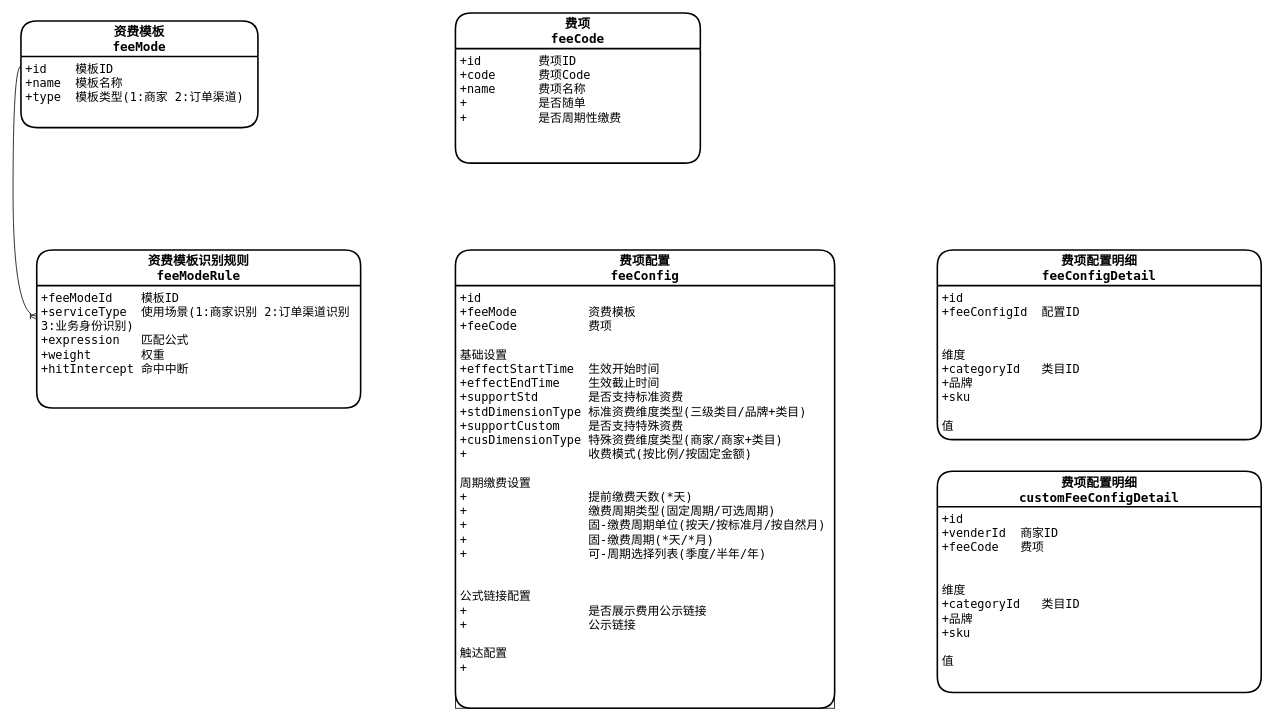
Above: 缴费平台ER图.drawio in RubberBoy/some (draw.io), before the change. Source tidied: cells renumbered, new cells numbered last; positions are measured from the earlier drawing's top-left corner, leaving out a move shared by most shapes. Both pictures are drawn from the tidied source at 79%, with x=0, y=0 at pixel (21, 13).
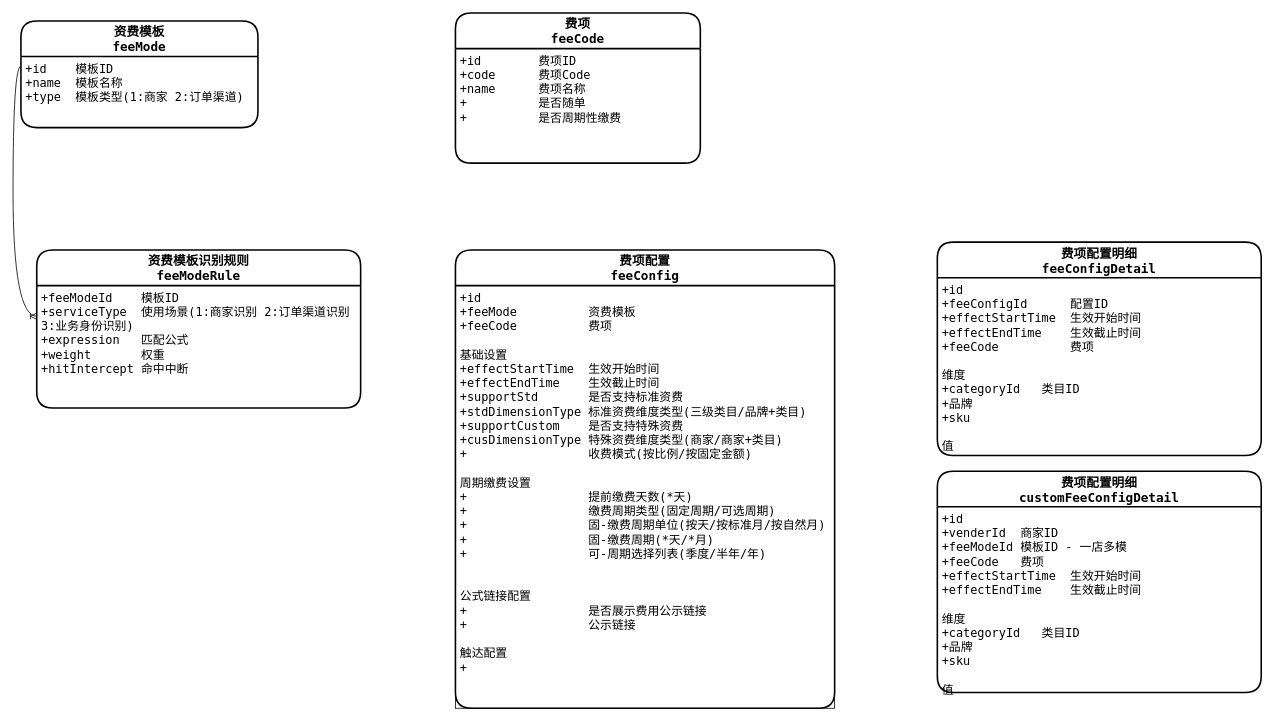
After the change.

Commit message:
更新缴费平台ER图.drawio

Diff of the diagram source:
```diff
@@
 <mxGraphModel>
   <root>
     <mxCell id="0" />
     <mxCell id="1" parent="0" />
     <mxCell id="2" value="资费模板&#10;feeMode" style="swimlane;horizontal=1;startSize=45;rounded=1;fontSize=16;fontStyle=1;strokeWidth=2;shadow=0;dashed=0;align=center;fontFamily=Menlo;" parent="1" vertex="1">
       <mxGeometry y="10" width="300" height="135" as="geometry" />
     </mxCell>
     <mxCell id="3" value="+id    模板ID&#10;+name  模板名称&#10;+type  模板类型(1:商家 2:订单渠道)" style="align=left;strokeColor=none;fillColor=none;spacingLeft=4;fontSize=15;verticalAlign=top;fontFamily=Menlo;" parent="2" vertex="1">
       <mxGeometry y="45" width="300" height="90" as="geometry" />
     </mxCell>
     <mxCell id="4" value="资费模板识别规则&#10;feeModeRule" style="swimlane;horizontal=1;startSize=45;rounded=1;fontSize=16;fontStyle=1;strokeWidth=2;shadow=0;dashed=0;align=center;fontFamily=Menlo;" parent="1" vertex="1">
       <mxGeometry x="20" y="300" width="410" height="200" as="geometry" />
     </mxCell>
     <mxCell id="5" value="+feeModeId    模板ID&#10;+serviceType  使用场景(1:商家识别 2:订单渠道识别 &#10;3:业务身份识别)&#10;+expression   匹配公式&#10;+weight       权重&#10;+hitIntercept 命中中断" style="align=left;strokeColor=none;fillColor=none;spacingLeft=4;fontSize=15;verticalAlign=top;fontFamily=Menlo;" parent="4" vertex="1">
       <mxGeometry y="45" width="410" height="155" as="geometry" />
     </mxCell>
     <mxCell id="6" style="edgeStyle=orthogonalEdgeStyle;fontSize=12;html=1;endArrow=ERoneToMany;rounded=0;fontFamily=Menlo;exitX=0;exitY=0.136;exitDx=0;exitDy=0;exitPerimeter=0;entryX=0;entryY=0.25;entryDx=0;entryDy=0;curved=1;" parent="1" edge="1" source="3" target="5">
       <mxGeometry relative="1" as="geometry" />
     </mxCell>
     <mxCell id="7" value="费项配置&#10;feeConfig" style="swimlane;horizontal=1;startSize=45;rounded=1;fontSize=16;fontStyle=1;strokeWidth=2;shadow=0;dashed=0;align=center;fontFamily=Menlo;strokeColor=#000000;" parent="1" vertex="1">
       <mxGeometry x="550" y="300" width="480" height="580" as="geometry" />
     </mxCell>
     <mxCell id="8" value="+id&#10;+feeMode          资费模板&#10;+feeCode          费项&#10;&#10;基础设置&#10;+effectStartTime  生效开始时间&#10;+effectEndTime    生效截止时间&#10;+supportStd       是否支持标准资费&#10;+stdDimensionType 标准资费维度类型(三级类目/品牌+类目)&#10;+supportCustom    是否支持特殊资费&#10;+cusDimensionType 特殊资费维度类型(商家/商家+类目)&#10;+                 收费模式(按比例/按固定金额)&#10;&#10;周期缴费设置&#10;+                 提前缴费天数(*天)&#10;+                 缴费周期类型(固定周期/可选周期)&#10;+                 固-缴费周期单位(按天/按标准月/按自然月)&#10;+                 固-缴费周期(*天/*月)&#10;+                 可-周期选择列表(季度/半年/年)&#10;&#10;&#10;公式链接配置&#10;+                 是否展示费用公示链接&#10;+                 公示链接&#10;&#10;触达配置&#10;+                 &#10;&#10;&#10;" style="align=left;strokeColor=#000000;fillColor=none;spacingLeft=4;fontSize=15;verticalAlign=top;fontFamily=Menlo;fontColor=#000000;" parent="7" vertex="1">
       <mxGeometry y="45" width="480" height="535" as="geometry" />
     </mxCell>
     <mxCell id="9" value="费项&#10;feeCode" style="swimlane;horizontal=1;startSize=45;rounded=1;fontSize=16;fontStyle=1;strokeWidth=2;shadow=0;dashed=0;align=center;fontFamily=Menlo;" parent="1" vertex="1">
       <mxGeometry x="550" width="310" height="190" as="geometry" />
     </mxCell>
     <mxCell id="10" value="+id        费项ID&#10;+code      费项Code&#10;+name      费项名称&#10;+          是否随单&#10;+          是否周期性缴费" style="align=left;strokeColor=none;fillColor=none;spacingLeft=4;fontSize=15;verticalAlign=top;fontFamily=Menlo;" parent="9" vertex="1">
       <mxGeometry y="45" width="310" height="145" as="geometry" />
     </mxCell>
     <mxCell id="11" value="费项配置明细&#10;feeConfigDetail" style="swimlane;horizontal=1;startSize=45;rounded=1;fontSize=16;fontStyle=1;strokeWidth=2;shadow=0;dashed=0;align=center;fontFamily=Menlo;" parent="1" vertex="1">
-      <mxGeometry x="1160" y="300" width="410" height="240" as="geometry" />
+      <mxGeometry x="1160" y="290" width="410" height="270" as="geometry" />
     </mxCell>
-    <mxCell id="12" value="+id&#10;+feeConfigId  配置ID&#10;&#10;&#10;维度&#10;+categoryId   类目ID&#10;+品牌&#10;+sku&#10;&#10;值&#10;" style="align=left;strokeColor=none;fillColor=none;spacingLeft=4;fontSize=15;verticalAlign=top;fontFamily=Menlo;" parent="11" vertex="1">
-      <mxGeometry y="45" width="410" height="195" as="geometry" />
+    <mxCell id="12" value="+id&#10;+feeConfigId      配置ID&#10;+effectStartTime  生效开始时间&#10;+effectEndTime    生效截止时间&#10;+feeCode          费项&#10;&#10;维度&#10;+categoryId   类目ID&#10;+品牌&#10;+sku&#10;&#10;值&#10;" style="align=left;strokeColor=none;fillColor=none;spacingLeft=4;fontSize=15;verticalAlign=top;fontFamily=Menlo;" parent="11" vertex="1">
+      <mxGeometry y="45" width="410" height="225" as="geometry" />
     </mxCell>
     <mxCell id="13" value="费项配置明细&#10;customFeeConfigDetail" style="swimlane;horizontal=1;startSize=45;rounded=1;fontSize=16;fontStyle=1;strokeWidth=2;shadow=0;dashed=0;align=center;fontFamily=Menlo;" parent="1" vertex="1">
       <mxGeometry x="1160" y="580" width="410" height="280" as="geometry" />
     </mxCell>
-    <mxCell id="14" value="+id&#10;+venderId  商家ID&#10;+feeCode   费项&#10;&#10;&#10;维度&#10;+categoryId   类目ID&#10;+品牌&#10;+sku&#10;&#10;值&#10;" style="align=left;strokeColor=none;fillColor=none;spacingLeft=4;fontSize=15;verticalAlign=top;fontFamily=Menlo;" parent="13" vertex="1">
+    <mxCell id="14" value="+id&#10;+venderId  商家ID&#10;+feeModeId 模板ID - 一店多模&#10;+feeCode   费项&#10;+effectStartTime  生效开始时间&#10;+effectEndTime    生效截止时间&#10;&#10;维度&#10;+categoryId   类目ID&#10;+品牌&#10;+sku&#10;&#10;值&#10;" style="align=left;strokeColor=none;fillColor=none;spacingLeft=4;fontSize=15;verticalAlign=top;fontFamily=Menlo;" parent="13" vertex="1">
       <mxGeometry y="45" width="410" height="235" as="geometry" />
     </mxCell>
   </root>
 </mxGraphModel>
```
